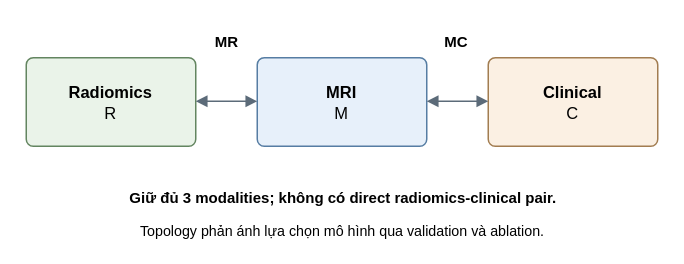
Before: figures_source/mri-hub-topology.drawio in moimoi05/kltn, a draw.io diagram. Source tidied: cells renumbered, new cells numbered last; positions are measured from the earlier drawing's top-left corner, leaving out a move shared by most shapes. Both pictures are drawn from the tidied source at 150%, with x=0, y=0 at pixel (26, 26).
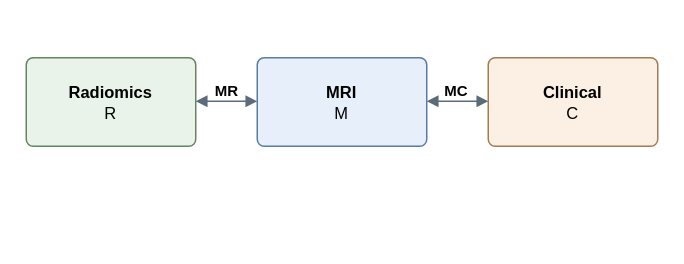
After the change.

The edit, as a diff of the source:
```diff
@@
 <mxGraphModel background="#FFFFFF">
   <root>
     <mxCell id="0" />
     <mxCell id="1" parent="0" />
     <mxCell id="2" value="&lt;b&gt;Radiomics&lt;/b&gt;&lt;br&gt;R" style="html=1;fontFamily=Arial;fontColor=#000000;whiteSpace=wrap;rounded=1;arcSize=8;fillColor=#EAF3E9;strokeColor=#638560;strokeWidth=1;fontSize=11;spacing=5;" parent="1" vertex="1">
       <mxGeometry y="21" width="113" height="59" as="geometry" />
     </mxCell>
     <mxCell id="3" value="&lt;b&gt;MRI&lt;/b&gt;&lt;br&gt;M" style="html=1;fontFamily=Arial;fontColor=#000000;whiteSpace=wrap;rounded=1;arcSize=8;fillColor=#E7F0FA;strokeColor=#567DA3;strokeWidth=1;fontSize=11;spacing=5;" parent="1" vertex="1">
       <mxGeometry x="154" y="21" width="113" height="59" as="geometry" />
     </mxCell>
     <mxCell id="4" value="&lt;b&gt;Clinical&lt;/b&gt;&lt;br&gt;C" style="html=1;fontFamily=Arial;fontColor=#000000;whiteSpace=wrap;rounded=1;arcSize=8;fillColor=#FBF0E3;strokeColor=#A27D51;strokeWidth=1;fontSize=11;spacing=5;" parent="1" vertex="1">
       <mxGeometry x="308" y="21" width="113" height="59" as="geometry" />
     </mxCell>
     <mxCell id="5" style="html=1;fontFamily=Arial;fontColor=#000000;whiteSpace=wrap;edgeStyle=none;rounded=0;endArrow=block;endFill=1;endSize=5;startArrow=block;startFill=1;startSize=5;strokeColor=#5C6B79;strokeWidth=1.1;" parent="1" edge="1">
       <mxGeometry relative="1" as="geometry">
         <mxPoint x="113" y="50" as="sourcePoint" />
         <mxPoint x="154" y="50" as="targetPoint" />
       </mxGeometry>
     </mxCell>
     <mxCell id="6" style="html=1;fontFamily=Arial;fontColor=#000000;whiteSpace=wrap;edgeStyle=none;rounded=0;endArrow=block;endFill=1;endSize=5;startArrow=block;startFill=1;startSize=5;strokeColor=#5C6B79;strokeWidth=1.1;" parent="1" edge="1">
       <mxGeometry relative="1" as="geometry">
         <mxPoint x="267" y="50" as="sourcePoint" />
         <mxPoint x="308" y="50" as="targetPoint" />
       </mxGeometry>
     </mxCell>
     <mxCell id="7" value="MR" style="html=1;fontFamily=Arial;fontColor=#000000;whiteSpace=wrap;text;strokeColor=none;fillColor=none;fontSize=10;fontStyle=1;align=center;verticalAlign=top;spacing=0;" parent="1" vertex="1">
-      <mxGeometry x="125.2" width="17.6" height="12.4" as="geometry" />
+      <mxGeometry x="125.2" y="33" width="17.6" height="12.4" as="geometry" />
     </mxCell>
     <mxCell id="8" value="MC" style="html=1;fontFamily=Arial;fontColor=#000000;whiteSpace=wrap;text;strokeColor=none;fillColor=none;fontSize=10;fontStyle=1;align=center;verticalAlign=top;spacing=0;" parent="1" vertex="1">
-      <mxGeometry x="278.2" width="17.6" height="12.4" as="geometry" />
+      <mxGeometry x="278.2" y="33" width="17.6" height="12.4" as="geometry" />
     </mxCell>
-    <mxCell id="9" value="Giữ đủ 3 modalities; không có direct radiomics-clinical pair." style="html=1;fontFamily=Arial;fontColor=#000000;whiteSpace=wrap;text;strokeColor=none;fillColor=none;fontSize=10;fontStyle=1;align=center;verticalAlign=top;spacing=0;" parent="1" vertex="1">
-      <mxGeometry x="67.5" y="104" width="287.1" height="12.4" as="geometry" />
-    </mxCell>
-    <mxCell id="10" value="Topology phản ánh lựa chọn mô hình qua validation và ablation." style="html=1;fontFamily=Arial;fontColor=#000000;whiteSpace=wrap;text;strokeColor=none;fillColor=none;fontSize=9.5;fontStyle=0;align=center;verticalAlign=top;spacing=0;" parent="1" vertex="1">
-      <mxGeometry x="74.8" y="126" width="272.4" height="11.8" as="geometry" />
-    </mxCell>
   </root>
 </mxGraphModel>
```
